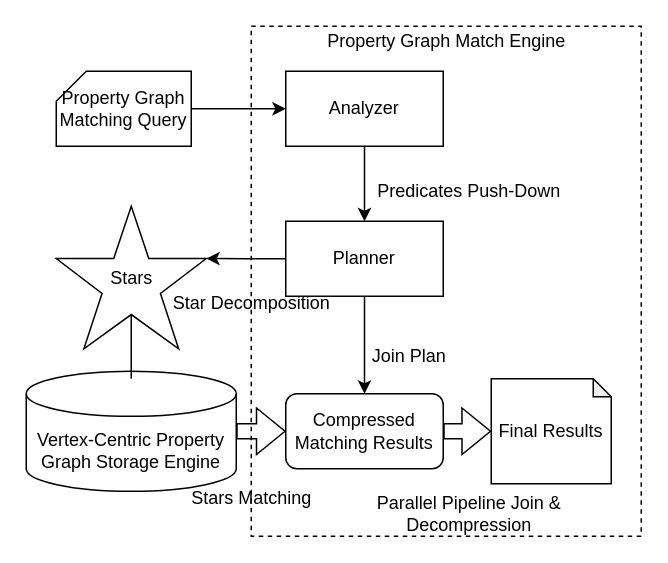
This is img/architecture.drawio from E-Neo/opgm-paper, a draw.io file, before an edit. Source tidied: cells renumbered, new cells numbered last; positions are measured from the earlier drawing's top-left corner, leaving out a move shared by most shapes. Both pictures are drawn from the tidied source at 150%, with x=0, y=0 at pixel (26, 26).
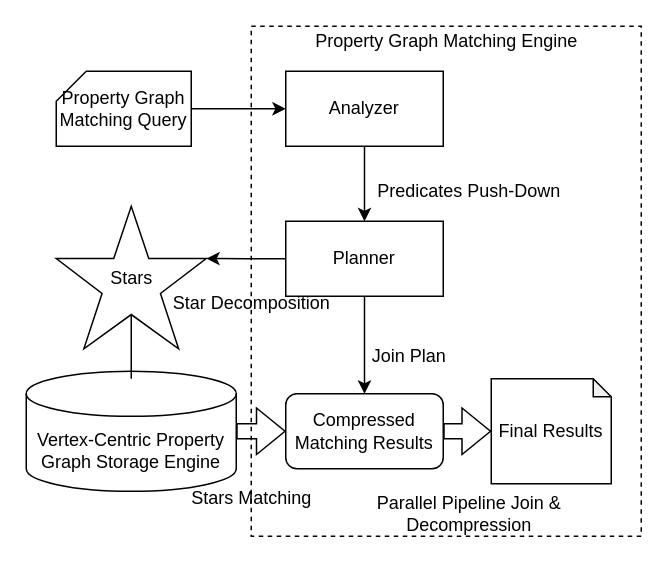
The same diagram, later.

The edit, as a diff of the source:
```diff
@@
-    <mxCell id="22" value="Property Graph Match Engine" style="text;html=1;align=center;verticalAlign=middle;" parent="1" vertex="1">
-      <mxGeometry x="195" width="170" height="20" as="geometry" />
+    <mxCell id="22" value="Property Graph Matching Engine" style="text;html=1;align=center;verticalAlign=middle;" parent="1" vertex="1">
+      <mxGeometry x="185" width="190" height="20" as="geometry" />
     </mxCell>
```
